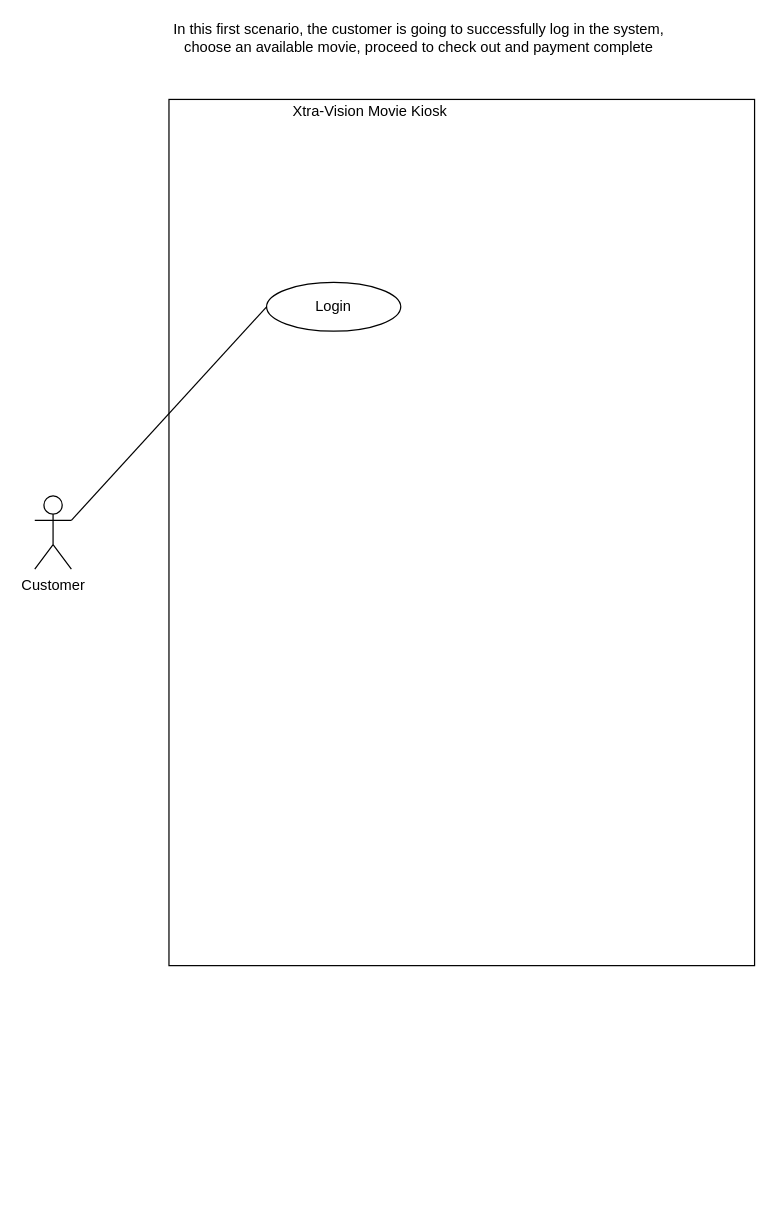
The draw.io diagram Xtra-Vision Use Case Scenarios.drawio in farleyreis/Xtra-Vision, before the edit. Source tidied: cells renumbered, new cells numbered last; positions are measured from the earlier drawing's top-left corner, leaving out a move shared by most shapes. Both pictures are drawn from the tidied source at 122%, with x=0, y=0 at pixel (34, 26).
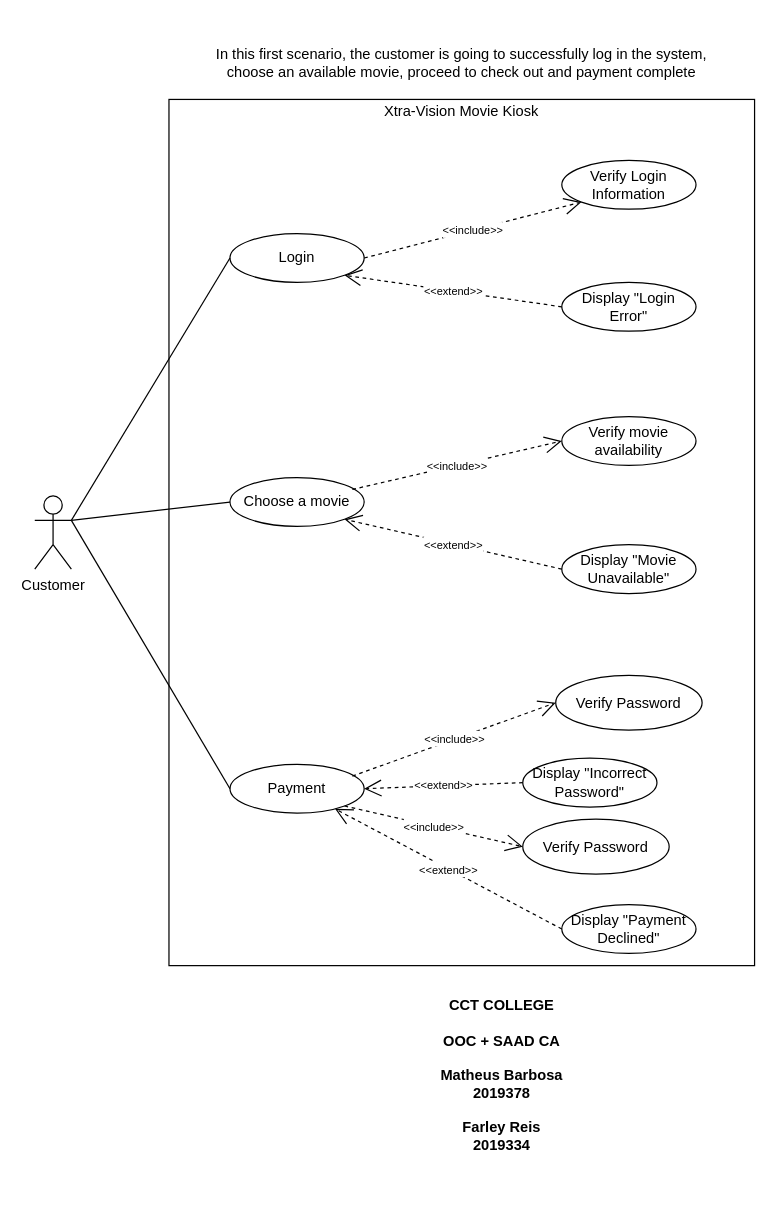
After the change.

Commit message:
First Xtra-Vision Use Case Scenarios Complete

The change refers to these unchanged cells:
```xml
<mxCell id="2" value="Customer" style="shape=umlActor;verticalLabelPosition=bottom;verticalAlign=top;html=1;" parent="1" vertex="1">
  <mxGeometry y="385" width="30" height="60" as="geometry" />
</mxCell>
```

Change to the diagram source:
```diff
@@
     <mxCell id="4" value="Xtra-Vision Movie Kiosk" style="text;html=1;strokeColor=none;fillColor=none;align=center;verticalAlign=middle;whiteSpace=wrap;rounded=0;" parent="1" vertex="1">
-      <mxGeometry x="205" y="60" width="140" height="20" as="geometry" />
+      <mxGeometry x="280" y="60" width="140" height="20" as="geometry" />
     </mxCell>
     <mxCell id="5" value="Login" style="ellipse;whiteSpace=wrap;html=1;" parent="1" vertex="1">
-      <mxGeometry x="190" y="210" width="110" height="40" as="geometry" />
+      <mxGeometry x="160" y="170" width="110" height="40" as="geometry" />
     </mxCell>
@@
     <mxCell id="7" value="In this first scenario, the customer is going to successfully log in the system, choose an available movie, proceed to check out and payment complete" style="text;html=1;strokeColor=none;fillColor=none;align=center;verticalAlign=middle;whiteSpace=wrap;rounded=0;" parent="1" vertex="1">
-      <mxGeometry x="110" width="410" height="20" as="geometry" />
+      <mxGeometry x="145" y="20" width="410" height="20" as="geometry" />
     </mxCell>
+    <mxCell id="8" value="Display &quot;Login Error&quot;" style="ellipse;whiteSpace=wrap;html=1;" parent="1" vertex="1">
+      <mxGeometry x="432" y="210" width="110" height="40" as="geometry" />
+    </mxCell>
+    <mxCell id="9" value="Verify Login Information" style="ellipse;whiteSpace=wrap;html=1;" parent="1" vertex="1">
+      <mxGeometry x="432" y="110" width="110" height="40" as="geometry" />
+    </mxCell>
+    <mxCell id="10" value="&lt;font style=&quot;font-size: 9px&quot;&gt;&amp;lt;&amp;lt;include&amp;gt;&amp;gt;&lt;/font&gt;" style="endArrow=open;endSize=12;dashed=1;html=1;exitX=1;exitY=0.5;exitDx=0;exitDy=0;entryX=0;entryY=1;entryDx=0;entryDy=0;" parent="1" edge="1" source="5" target="9">
+      <mxGeometry relative="1" as="geometry" />
+    </mxCell>
+    <mxCell id="11" value="&lt;font style=&quot;font-size: 9px&quot;&gt;&amp;lt;&amp;lt;extend&amp;gt;&amp;gt;&lt;/font&gt;" style="endArrow=open;endSize=12;dashed=1;html=1;exitX=0;exitY=0.5;exitDx=0;exitDy=0;entryX=1;entryY=1;entryDx=0;entryDy=0;" parent="1" edge="1" source="8" target="5">
+      <mxGeometry relative="1" as="geometry" />
+    </mxCell>
+    <mxCell id="12" value="Choose a movie" style="ellipse;whiteSpace=wrap;html=1;" parent="1" vertex="1">
+      <mxGeometry x="160" y="370" width="110" height="40" as="geometry" />
+    </mxCell>
+    <mxCell id="13" value="Verify movie&lt;br&gt;availability" style="ellipse;whiteSpace=wrap;html=1;" parent="1" vertex="1">
+      <mxGeometry x="432" y="320" width="110" height="40" as="geometry" />
+    </mxCell>
+    <mxCell id="14" value="&lt;font style=&quot;font-size: 9px&quot;&gt;&amp;lt;&amp;lt;include&amp;gt;&amp;gt;&lt;/font&gt;" style="endArrow=open;endSize=12;dashed=1;html=1;exitX=0.912;exitY=0.242;exitDx=0;exitDy=0;entryX=0;entryY=0.5;entryDx=0;entryDy=0;exitPerimeter=0;" parent="1" edge="1" source="12" target="13">
+      <mxGeometry relative="1" as="geometry" />
+    </mxCell>
+    <mxCell id="15" value="Display &quot;Movie Unavailable&quot;" style="ellipse;whiteSpace=wrap;html=1;" parent="1" vertex="1">
+      <mxGeometry x="432" y="425" width="110" height="40" as="geometry" />
+    </mxCell>
+    <mxCell id="16" value="&lt;font style=&quot;font-size: 9px&quot;&gt;&amp;lt;&amp;lt;extend&amp;gt;&amp;gt;&lt;/font&gt;" style="endArrow=open;endSize=12;dashed=1;html=1;exitX=0;exitY=0.5;exitDx=0;exitDy=0;entryX=1;entryY=1;entryDx=0;entryDy=0;" parent="1" edge="1" source="15" target="12">
+      <mxGeometry relative="1" as="geometry" />
+    </mxCell>
+    <mxCell id="17" style="endArrow=none;html=1;exitX=1;exitY=0.3333333333333333;exitDx=0;exitDy=0;exitPerimeter=0;entryX=0;entryY=0.5;entryDx=0;entryDy=0;" parent="1" edge="1" source="2" target="12">
+      <mxGeometry relative="1" as="geometry" />
+    </mxCell>
+    <mxCell id="18" value="&lt;b&gt;CCT COLLEGE&lt;/b&gt;&lt;br&gt;&lt;br&gt;&lt;b&gt;OOC + SAAD CA&lt;/b&gt;&lt;br&gt;&lt;br&gt;&lt;b&gt;Matheus Barbosa 2019378&lt;/b&gt;&lt;br&gt;&lt;br&gt;&lt;b&gt;Farley Reis &lt;br&gt;2019334&lt;/b&gt;" style="text;html=1;strokeColor=none;fillColor=none;align=center;verticalAlign=middle;whiteSpace=wrap;rounded=0;" parent="1" vertex="1">
+      <mxGeometry x="308" y="750" width="150" height="220" as="geometry" />
+    </mxCell>
+    <mxCell id="19" value="Payment" style="ellipse;whiteSpace=wrap;html=1;" parent="1" vertex="1">
+      <mxGeometry x="160" y="605" width="110" height="40" as="geometry" />
+    </mxCell>
+    <mxCell id="20" value="Verify Password" style="ellipse;whiteSpace=wrap;html=1;" parent="1" vertex="1">
+      <mxGeometry x="427" y="532" width="120" height="45" as="geometry" />
+    </mxCell>
+    <mxCell id="21" value="&lt;font style=&quot;font-size: 9px&quot;&gt;&amp;lt;&amp;lt;include&amp;gt;&amp;gt;&lt;/font&gt;" style="endArrow=open;endSize=12;dashed=1;html=1;exitX=0.912;exitY=0.242;exitDx=0;exitDy=0;entryX=0;entryY=0.5;entryDx=0;entryDy=0;exitPerimeter=0;" parent="1" edge="1" source="19" target="20">
+      <mxGeometry relative="1" as="geometry" />
+    </mxCell>
+    <mxCell id="22" value="Display &quot;Payment Declined&quot;" style="ellipse;whiteSpace=wrap;html=1;" parent="1" vertex="1">
+      <mxGeometry x="432" y="720" width="110" height="40" as="geometry" />
+    </mxCell>
+    <mxCell id="23" value="&lt;font style=&quot;font-size: 9px&quot;&gt;&amp;lt;&amp;lt;extend&amp;gt;&amp;gt;&lt;/font&gt;" style="endArrow=open;endSize=12;dashed=1;html=1;exitX=0;exitY=0.5;exitDx=0;exitDy=0;" parent="1" edge="1" source="22" target="19">
+      <mxGeometry relative="1" as="geometry" />
+    </mxCell>
+    <mxCell id="24" value="Verify Password" style="ellipse;whiteSpace=wrap;html=1;" parent="1" vertex="1">
+      <mxGeometry x="400" y="650" width="120" height="45" as="geometry" />
+    </mxCell>
+    <mxCell id="25" value="Display &quot;Incorrect&lt;br&gt;Password&quot;" style="ellipse;whiteSpace=wrap;html=1;" parent="1" vertex="1">
+      <mxGeometry x="400" y="600" width="110" height="40" as="geometry" />
+    </mxCell>
+    <mxCell id="26" value="&lt;font style=&quot;font-size: 9px&quot;&gt;&amp;lt;&amp;lt;extend&amp;gt;&amp;gt;&lt;/font&gt;" style="endArrow=open;endSize=12;dashed=1;html=1;exitX=0;exitY=0.5;exitDx=0;exitDy=0;entryX=1;entryY=0.5;entryDx=0;entryDy=0;" parent="1" edge="1" source="25" target="19">
+      <mxGeometry relative="1" as="geometry" />
+    </mxCell>
+    <mxCell id="27" value="&lt;font style=&quot;font-size: 9px&quot;&gt;&amp;lt;&amp;lt;include&amp;gt;&amp;gt;&lt;/font&gt;" style="endArrow=open;endSize=12;dashed=1;html=1;entryX=0;entryY=0.5;entryDx=0;entryDy=0;exitX=1;exitY=1;exitDx=0;exitDy=0;" parent="1" edge="1" source="19" target="24">
+      <mxGeometry relative="1" as="geometry" />
+    </mxCell>
+    <mxCell id="28" style="endArrow=none;html=1;exitX=1;exitY=0.3333333333333333;exitDx=0;exitDy=0;exitPerimeter=0;entryX=0;entryY=0.5;entryDx=0;entryDy=0;" parent="1" edge="1" source="2" target="19">
+      <mxGeometry relative="1" as="geometry" />
+    </mxCell>
```
